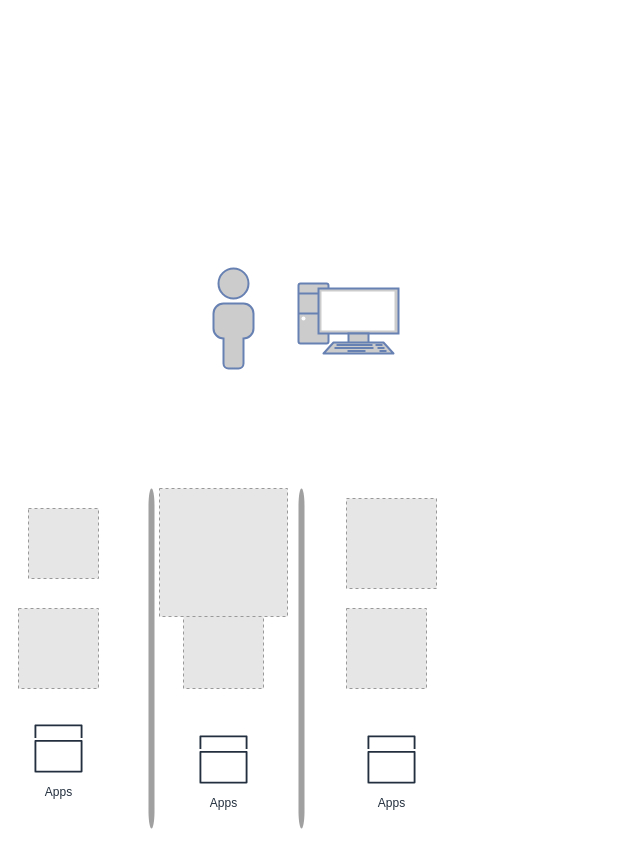
The draw.io diagram Untitled Diagram.drawio in neilabenlakhal/git-test, before the edit. Source tidied: cells renumbered, new cells numbered last; positions are measured from the earlier drawing's top-left corner, leaving out a move shared by most shapes. Both pictures are drawn from the tidied source at 100%, with x=0, y=0 at pixel (18, 268). Pictures stored in the file or linked from it are replaced by grey dashed boxes.
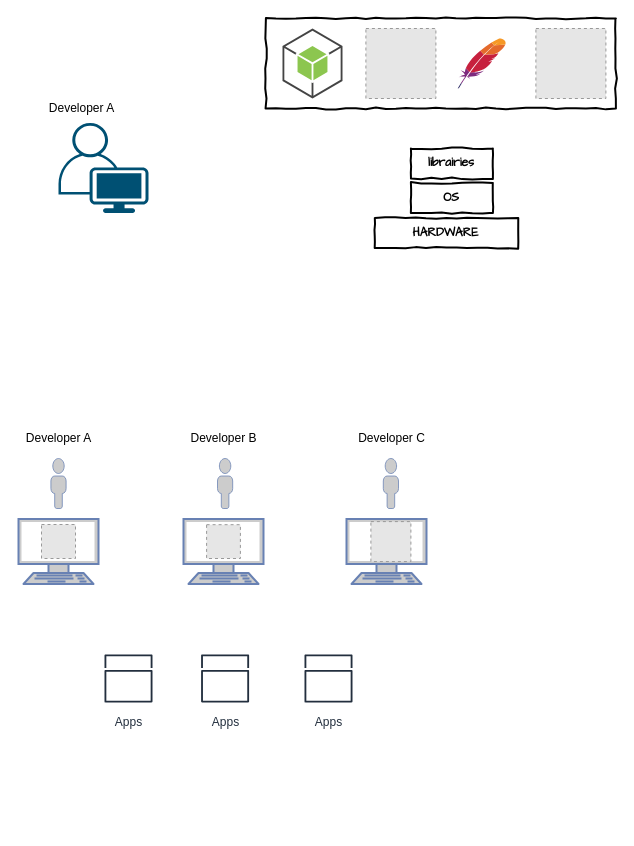
After the change.

Diff of the diagram source:
```diff
@@
-    <mxCell id="2" style="fillColor=#E6E6E6;strokeColor=#999999;dashed=1;html=1;verticalAlign=top;verticalLabelPosition=bottom;labelBackgroundColor=#ffffff;" parent="1" vertex="1">
-      <mxGeometry x="10" y="240" width="70" height="70" as="geometry" />
-    </mxCell>
-    <mxCell id="3" style="fillColor=#E6E6E6;strokeColor=#999999;dashed=1;html=1;verticalAlign=top;verticalLabelPosition=bottom;labelBackgroundColor=#ffffff;" parent="1" vertex="1">
-      <mxGeometry y="340" width="80" height="80" as="geometry" />
-    </mxCell>
-    <mxCell id="4" style="fillColor=#E6E6E6;strokeColor=#999999;dashed=1;html=1;verticalAlign=top;verticalLabelPosition=bottom;labelBackgroundColor=#ffffff;" parent="1" vertex="1">
-      <mxGeometry x="328" y="230" width="90" height="90" as="geometry" />
-    </mxCell>
-    <mxCell id="5" style="fillColor=#E6E6E6;strokeColor=#999999;dashed=1;html=1;verticalAlign=top;verticalLabelPosition=bottom;labelBackgroundColor=#ffffff;" parent="1" vertex="1">
-      <mxGeometry x="328" y="340" width="80" height="80" as="geometry" />
-    </mxCell>
-    <mxCell id="6" style="fillColor=#E6E6E6;strokeColor=#999999;dashed=1;html=1;verticalAlign=top;verticalLabelPosition=bottom;labelBackgroundColor=#ffffff;" parent="1" vertex="1">
-      <mxGeometry x="165" y="340" width="80" height="80" as="geometry" />
-    </mxCell>
+    <mxCell id="15" style="html=1;whiteSpace=wrap;comic=1;strokeWidth=2;fontFamily=Comic Sans MS;fontStyle=1;" parent="1" vertex="1">
+      <mxGeometry x="247.4" y="-250" width="350" height="90" as="geometry" />
+    </mxCell>
+    <mxCell id="16" style="fontColor=#0066CC;verticalAlign=top;verticalLabelPosition=bottom;labelPosition=center;align=center;html=1;fillColor=#CCCCCC;strokeColor=#6881B3;gradientColor=none;gradientDirection=north;strokeWidth=2;shape=mxgraph.networks.terminal;" parent="1" vertex="1">
+      <mxGeometry y="250.5" width="80" height="65" as="geometry" />
+    </mxCell>
     <mxCell id="7" value="Apps" style="fontColor=#232F3E;gradientColor=none;strokeColor=#232F3E;fillColor=#ffffff;dashed=0;verticalLabelPosition=bottom;verticalAlign=top;align=center;html=1;fontSize=12;fontStyle=0;shape=mxgraph.aws4.resourceIcon;resIcon=mxgraph.aws4.apps;" parent="1" vertex="1">
-      <mxGeometry x="343" y="461" width="60" height="60" as="geometry" />
+      <mxGeometry x="280" y="380" width="60" height="60" as="geometry" />
     </mxCell>
     <mxCell id="8" value="Apps" style="fontColor=#232F3E;gradientColor=none;strokeColor=#232F3E;fillColor=#ffffff;dashed=0;verticalLabelPosition=bottom;verticalAlign=top;align=center;html=1;fontSize=12;fontStyle=0;shape=mxgraph.aws4.resourceIcon;resIcon=mxgraph.aws4.apps;" parent="1" vertex="1">
-      <mxGeometry x="10" y="450" width="60" height="60" as="geometry" />
+      <mxGeometry x="80" y="380" width="60" height="60" as="geometry" />
     </mxCell>
     <mxCell id="9" value="Apps" style="fontColor=#232F3E;gradientColor=none;strokeColor=#232F3E;fillColor=#ffffff;dashed=0;verticalLabelPosition=bottom;verticalAlign=top;align=center;html=1;fontSize=12;fontStyle=0;shape=mxgraph.aws4.resourceIcon;resIcon=mxgraph.aws4.apps;" parent="1" vertex="1">
-      <mxGeometry x="175" y="461" width="60" height="60" as="geometry" />
+      <mxGeometry x="176.6" y="380" width="60" height="60" as="geometry" />
     </mxCell>
-    <mxCell id="10" style="html=1;verticalLabelPosition=bottom;labelBackgroundColor=#ffffff;verticalAlign=top;shadow=0;dashed=0;strokeWidth=2;shape=mxgraph.ios7.misc.scroll_(vertical);fillColor=#a0a0a0;" parent="1" vertex="1">
-      <mxGeometry x="280" y="220" width="6" height="340" as="geometry" />
-    </mxCell>
-    <mxCell id="11" style="html=1;verticalLabelPosition=bottom;labelBackgroundColor=#ffffff;verticalAlign=top;shadow=0;dashed=0;strokeWidth=2;shape=mxgraph.ios7.misc.scroll_(vertical);fillColor=#a0a0a0;" parent="1" vertex="1">
-      <mxGeometry x="130" y="220" width="6" height="340" as="geometry" />
-    </mxCell>
+    <mxCell id="17" style="fontColor=#0066CC;verticalAlign=top;verticalLabelPosition=bottom;labelPosition=center;align=center;html=1;fillColor=#CCCCCC;strokeColor=#6881B3;gradientColor=none;gradientDirection=north;strokeWidth=2;shape=mxgraph.networks.terminal;" parent="1" vertex="1">
+      <mxGeometry x="165" y="250.5" width="80" height="65" as="geometry" />
+    </mxCell>
     <mxCell id="12" style="fillColor=#E6E6E6;strokeColor=#999999;dashed=1;html=1;verticalAlign=top;verticalLabelPosition=bottom;labelBackgroundColor=#ffffff;" parent="1" vertex="1">
-      <mxGeometry x="141" y="220" width="128" height="128" as="geometry" />
+      <mxGeometry x="188.1" y="256.2" width="33.8" height="33.8" as="geometry" />
     </mxCell>
-    <mxCell id="13" style="fontColor=#0066CC;verticalAlign=top;verticalLabelPosition=bottom;labelPosition=center;align=center;html=1;fillColor=#CCCCCC;strokeColor=#6881B3;gradientColor=none;gradientDirection=north;strokeWidth=2;shape=mxgraph.networks.user_male;" parent="1" vertex="1">
-      <mxGeometry x="195" width="40" height="100" as="geometry" />
-    </mxCell>
-    <mxCell id="14" style="fontColor=#0066CC;verticalAlign=top;verticalLabelPosition=bottom;labelPosition=center;align=center;html=1;fillColor=#CCCCCC;strokeColor=#6881B3;gradientColor=none;gradientDirection=north;strokeWidth=2;shape=mxgraph.networks.pc;" parent="1" vertex="1">
-      <mxGeometry x="280" y="15" width="100" height="70" as="geometry" />
-    </mxCell>
+    <mxCell id="18" style="fontColor=#0066CC;verticalAlign=top;verticalLabelPosition=bottom;labelPosition=center;align=center;html=1;fillColor=#CCCCCC;strokeColor=#6881B3;gradientColor=none;gradientDirection=north;strokeWidth=2;shape=mxgraph.networks.terminal;" parent="1" vertex="1">
+      <mxGeometry x="328" y="250.5" width="80" height="65" as="geometry" />
+    </mxCell>
+    <mxCell id="19" style="fontColor=#0066CC;verticalAlign=top;verticalLabelPosition=bottom;labelPosition=center;align=center;html=1;fillColor=#CCCCCC;strokeColor=#6881B3;gradientColor=none;gradientDirection=north;strokeWidth=2;shape=mxgraph.networks.user_male;" parent="1" vertex="1">
+      <mxGeometry x="32.4" y="190" width="15.2" height="50" as="geometry" />
+    </mxCell>
+    <mxCell id="20" style="fontColor=#0066CC;verticalAlign=top;verticalLabelPosition=bottom;labelPosition=center;align=center;html=1;fillColor=#CCCCCC;strokeColor=#6881B3;gradientColor=none;gradientDirection=north;strokeWidth=2;shape=mxgraph.networks.user_male;" parent="1" vertex="1">
+      <mxGeometry x="364.8" y="190" width="15.2" height="50" as="geometry" />
+    </mxCell>
+    <mxCell id="21" style="fontColor=#0066CC;verticalAlign=top;verticalLabelPosition=bottom;labelPosition=center;align=center;html=1;fillColor=#CCCCCC;strokeColor=#6881B3;gradientColor=none;gradientDirection=north;strokeWidth=2;shape=mxgraph.networks.user_male;" parent="1" vertex="1">
+      <mxGeometry x="199" y="190" width="15.2" height="50" as="geometry" />
+    </mxCell>
+    <mxCell id="22" value="Developer A" style="text;html=1;align=center;verticalAlign=middle;fillColor=none;strokeColor=none;rounded=0;" parent="1" vertex="1">
+      <mxGeometry y="160" width="80" height="20" as="geometry" />
+    </mxCell>
+    <mxCell id="23" value="Developer C" style="text;html=1;align=center;verticalAlign=middle;fillColor=none;strokeColor=none;rounded=0;" parent="1" vertex="1">
+      <mxGeometry x="333.4" y="160" width="80" height="20" as="geometry" />
+    </mxCell>
+    <mxCell id="24" value="Developer B" style="text;html=1;align=center;verticalAlign=middle;fillColor=none;strokeColor=none;rounded=0;" parent="1" vertex="1">
+      <mxGeometry x="165" y="160" width="80" height="20" as="geometry" />
+    </mxCell>
+    <mxCell id="25" style="fillColor=#E6E6E6;strokeColor=#999999;dashed=1;html=1;verticalAlign=top;verticalLabelPosition=bottom;labelBackgroundColor=#ffffff;" parent="1" vertex="1">
+      <mxGeometry x="23" y="256" width="34" height="34" as="geometry" />
+    </mxCell>
+    <mxCell id="26" style="fillColor=#E6E6E6;strokeColor=#999999;dashed=1;html=1;verticalAlign=top;verticalLabelPosition=bottom;labelBackgroundColor=#ffffff;" parent="1" vertex="1">
+      <mxGeometry x="352.4" y="253.1" width="40" height="40" as="geometry" />
+    </mxCell>
+    <mxCell id="27" value="Developer A" style="text;html=1;align=center;verticalAlign=middle;fillColor=none;strokeColor=none;rounded=0;" parent="1" vertex="1">
+      <mxGeometry x="23" y="-170" width="80" height="20" as="geometry" />
+    </mxCell>
+    <mxCell id="28" style="fillColor=#E6E6E6;strokeColor=#999999;dashed=1;html=1;verticalAlign=top;verticalLabelPosition=bottom;labelBackgroundColor=#ffffff;" parent="1" vertex="1">
+      <mxGeometry x="347.4" y="-240" width="70" height="70" as="geometry" />
+    </mxCell>
+    <mxCell id="29" style="fillColor=#E6E6E6;strokeColor=#999999;dashed=1;html=1;verticalAlign=top;verticalLabelPosition=bottom;labelBackgroundColor=#ffffff;" parent="1" vertex="1">
+      <mxGeometry x="517.4" y="-240" width="70" height="70" as="geometry" />
+    </mxCell>
+    <mxCell id="30" style="dashed=0;verticalLabelPosition=bottom;verticalAlign=top;align=center;html=1;shape=mxgraph.aws3.android;fillColor=#8CC64F;gradientColor=none;" parent="1" vertex="1">
+      <mxGeometry x="264" y="-240" width="60" height="70" as="geometry" />
+    </mxCell>
+    <mxCell id="31" style="dashed=0;html=1;align=center;labelPosition=center;verticalLabelPosition=bottom;verticalAlign=top;shape=mxgraph.weblogos.apache;" parent="1" vertex="1">
+      <mxGeometry x="439.2" y="-230" width="48.1" height="50" as="geometry" />
+    </mxCell>
+    <mxCell id="32" value="librairies" style="html=1;whiteSpace=wrap;comic=1;strokeWidth=2;fontFamily=Comic Sans MS;fontStyle=1;" parent="1" vertex="1">
+      <mxGeometry x="392.4" y="-120" width="82" height="30" as="geometry" />
+    </mxCell>
+    <mxCell id="33" value="OS" style="html=1;whiteSpace=wrap;comic=1;strokeWidth=2;fontFamily=Comic Sans MS;fontStyle=1;" parent="1" vertex="1">
+      <mxGeometry x="392.4" y="-85.5" width="82" height="30" as="geometry" />
+    </mxCell>
+    <mxCell id="34" value="HARDWARE" style="html=1;whiteSpace=wrap;comic=1;strokeWidth=2;fontFamily=Comic Sans MS;fontStyle=1;" parent="1" vertex="1">
+      <mxGeometry x="356.3" y="-50.5" width="143.4" height="30" as="geometry" />
+    </mxCell>
+    <mxCell id="35" style="verticalLabelPosition=bottom;html=1;verticalAlign=top;align=center;shape=mxgraph.cisco19.user;fillColor=#005073;strokeColor=none;" parent="1" vertex="1">
+      <mxGeometry x="40" y="-145.5" width="90" height="90" as="geometry" />
+    </mxCell>
```
